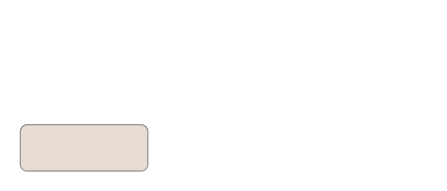
Earlier version of the draw.io diagram TCP Socket.drawio (hhw-cainiao/draw). Source tidied: cells renumbered, new cells numbered last; positions are measured from the earlier drawing's top-left corner, leaving out a move shared by most shapes. Both pictures are drawn from the tidied source at 116%, with x=0, y=0 at pixel (20, 124).
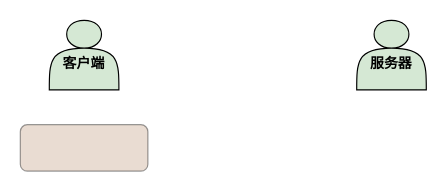
After the change.

Diff of the diagram source:
```diff
@@
 <mxGraphModel>
   <root>
     <mxCell id="0" />
     <mxCell id="1" parent="0" />
     <mxCell id="2" style="rounded=1;whiteSpace=wrap;html=1;fillColor=#C7A78F;opacity=40;" parent="1" vertex="1">
       <mxGeometry width="110" height="40" as="geometry" />
     </mxCell>
+    <mxCell id="3" value="&lt;div&gt;&lt;b&gt;&lt;br&gt;&lt;/b&gt;&lt;/div&gt;&lt;div&gt;&lt;b&gt;客户端&lt;/b&gt;&lt;/div&gt;" style="shape=actor;whiteSpace=wrap;html=1;fillColor=#D5E8D4;" parent="1" vertex="1">
+      <mxGeometry x="25" y="-90" width="60" height="60" as="geometry" />
+    </mxCell>
+    <mxCell id="4" value="&lt;div&gt;&lt;b&gt;&lt;br&gt;&lt;/b&gt;&lt;/div&gt;&lt;div&gt;&lt;b&gt;服务器&lt;br&gt;&lt;/b&gt;&lt;/div&gt;" style="shape=actor;whiteSpace=wrap;html=1;fillColor=#D5E8D4;" parent="1" vertex="1">
+      <mxGeometry x="290" y="-90" width="60" height="60" as="geometry" />
+    </mxCell>
   </root>
 </mxGraphModel>
```
